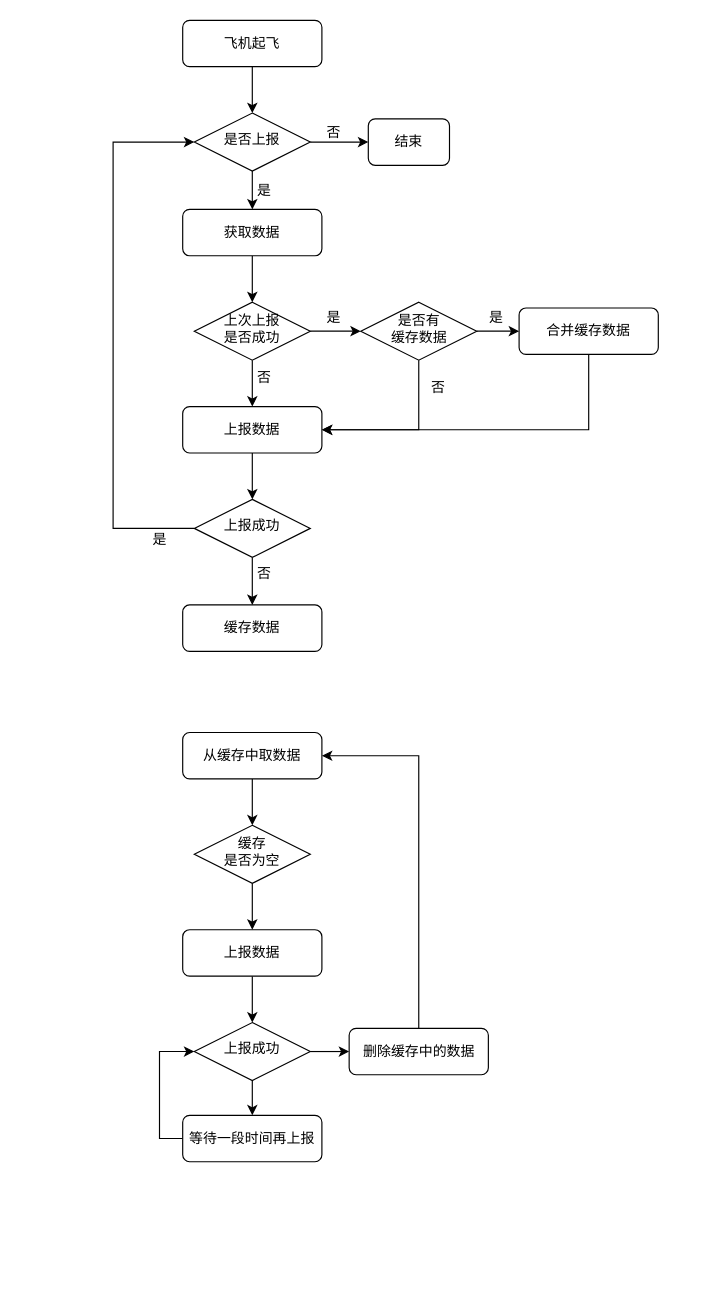
This is 动态数据报送.drawio from xubinlu/AndroidNDK, a draw.io file, before an edit. Source tidied: cells renumbered, new cells numbered last; positions are measured from the earlier drawing's top-left corner, leaving out a move shared by most shapes. Both pictures are drawn from the tidied source at 116%, with x=0, y=0 at pixel (113, 20).
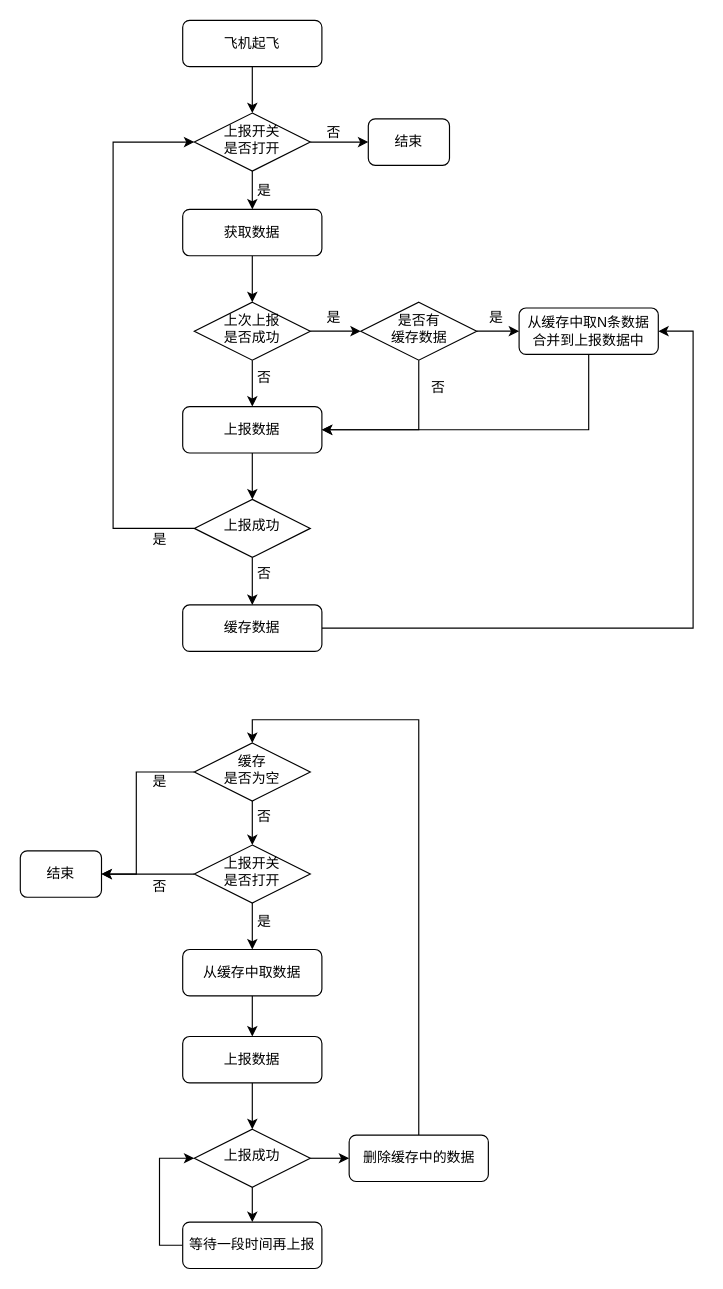
The same diagram, later.

Commit message:
更新动态数据报送.drawio

Unchanged cells that the change refers to:
```xml
<mxCell id="13" value="缓存数据" style="whiteSpace=wrap;html=1;rounded=1;glass=0;strokeWidth=1;shadow=0;" parent="1" vertex="1">
  <mxGeometry x="60" y="504" width="120" height="40" as="geometry" />
</mxCell>
```

The edit, as a diff of the source:
```diff
@@
-    <mxCell id="6" value="是否上报" style="rhombus;whiteSpace=wrap;html=1;shadow=0;fontFamily=Helvetica;fontSize=12;align=center;strokeWidth=1;spacing=6;spacingTop=-4;" parent="1" vertex="1">
+    <mxCell id="6" value="上报开关&lt;br&gt;是否打开" style="rhombus;whiteSpace=wrap;html=1;shadow=0;fontFamily=Helvetica;fontSize=12;align=center;strokeWidth=1;spacing=6;spacingTop=-4;" parent="1" vertex="1">
       <mxGeometry x="70" y="80" width="100" height="50" as="geometry" />
     </mxCell>
@@
+    <mxCell id="45" style="edgeStyle=orthogonalEdgeStyle;rounded=0;jettySize=auto;html=1;exitX=1;exitY=0.5;exitDx=0;exitDy=0;entryX=1;entryY=0.5;entryDx=0;entryDy=0;" parent="1" edge="1" source="13" target="18">
+      <mxGeometry relative="1" as="geometry">
+        <Array as="points">
+          <mxPoint x="500" y="524" />
+          <mxPoint x="500" y="268" />
+        </Array>
+      </mxGeometry>
+    </mxCell>
@@
-    <mxCell id="18" value="合并缓存数据" style="rounded=1;whiteSpace=wrap;html=1;fontSize=12;glass=0;strokeWidth=1;shadow=0;" parent="1" vertex="1">
+    <mxCell id="18" value="从缓存中取N条数据&lt;br&gt;合并到上报数据中" style="rounded=1;whiteSpace=wrap;html=1;fontSize=12;glass=0;strokeWidth=1;shadow=0;" parent="1" vertex="1">
       <mxGeometry x="350" y="248" width="120" height="40" as="geometry" />
     </mxCell>
@@
-    <mxCell id="32" style="edgeStyle=orthogonalEdgeStyle;rounded=0;jettySize=auto;html=1;exitX=0.5;exitY=1;exitDx=0;exitDy=0;entryX=0.5;entryY=0;entryDx=0;entryDy=0;" parent="1" edge="1" source="33" target="44">
-      <mxGeometry relative="1" as="geometry" />
-    </mxCell>
+    <mxCell id="46" style="edgeStyle=orthogonalEdgeStyle;rounded=0;jettySize=auto;html=1;exitX=0.5;exitY=1;exitDx=0;exitDy=0;entryX=0.5;entryY=0;entryDx=0;entryDy=0;" parent="1" edge="1" source="33" target="35">
+      <mxGeometry relative="1" as="geometry" />
+    </mxCell>
     <mxCell id="33" value="从缓存中取数据" style="whiteSpace=wrap;html=1;rounded=1;glass=0;strokeWidth=1;shadow=0;" parent="1" vertex="1">
-      <mxGeometry x="60" y="614" width="120" height="40" as="geometry" />
+      <mxGeometry x="60" y="801" width="120" height="40" as="geometry" />
     </mxCell>
@@
     <mxCell id="35" value="上报数据" style="whiteSpace=wrap;html=1;rounded=1;glass=0;strokeWidth=1;shadow=0;" parent="1" vertex="1">
-      <mxGeometry x="60" y="784" width="120" height="40" as="geometry" />
+      <mxGeometry x="60" y="876" width="120" height="40" as="geometry" />
     </mxCell>
@@
     <mxCell id="38" value="上报成功" style="rhombus;whiteSpace=wrap;html=1;shadow=0;fontFamily=Helvetica;fontSize=12;align=center;strokeWidth=1;spacing=6;spacingTop=-4;" parent="1" vertex="1">
-      <mxGeometry x="70" y="864" width="100" height="50" as="geometry" />
+      <mxGeometry x="70" y="956" width="100" height="50" as="geometry" />
     </mxCell>
@@
     <mxCell id="40" value="等待一段时间再上报" style="whiteSpace=wrap;html=1;rounded=1;glass=0;strokeWidth=1;shadow=0;" parent="1" vertex="1">
-      <mxGeometry x="60" y="944" width="120" height="40" as="geometry" />
+      <mxGeometry x="60" y="1036" width="120" height="40" as="geometry" />
     </mxCell>
-    <mxCell id="41" style="edgeStyle=orthogonalEdgeStyle;rounded=0;jettySize=auto;html=1;exitX=0.5;exitY=0;exitDx=0;exitDy=0;entryX=1;entryY=0.5;entryDx=0;entryDy=0;" parent="1" edge="1" source="42" target="33">
-      <mxGeometry relative="1" as="geometry" />
-    </mxCell>
+    <mxCell id="47" style="edgeStyle=orthogonalEdgeStyle;rounded=0;jettySize=auto;html=1;exitX=0.5;exitY=0;exitDx=0;exitDy=0;entryX=0.5;entryY=0;entryDx=0;entryDy=0;" parent="1" edge="1" source="42" target="52">
+      <mxGeometry relative="1" as="geometry" />
+    </mxCell>
     <mxCell id="42" value="删除缓存中的数据" style="whiteSpace=wrap;html=1;rounded=1;glass=0;strokeWidth=1;shadow=0;" parent="1" vertex="1">
-      <mxGeometry x="203.5" y="869" width="120" height="40" as="geometry" />
+      <mxGeometry x="203.5" y="961" width="120" height="40" as="geometry" />
     </mxCell>
-    <mxCell id="43" style="edgeStyle=orthogonalEdgeStyle;rounded=0;jettySize=auto;html=1;exitX=0.5;exitY=1;exitDx=0;exitDy=0;entryX=0.5;entryY=0;entryDx=0;entryDy=0;" parent="1" edge="1" source="44" target="35">
-      <mxGeometry relative="1" as="geometry" />
-    </mxCell>
+    <mxCell id="48" style="edgeStyle=orthogonalEdgeStyle;rounded=0;jettySize=auto;html=1;exitX=0.5;exitY=1;exitDx=0;exitDy=0;entryX=0.5;entryY=0;entryDx=0;entryDy=0;" parent="1" edge="1" source="44" target="33">
+      <mxGeometry relative="1" as="geometry" />
+    </mxCell>
+    <mxCell id="49" style="edgeStyle=orthogonalEdgeStyle;rounded=0;jettySize=auto;html=1;exitX=0;exitY=0.5;exitDx=0;exitDy=0;entryX=1;entryY=0.5;entryDx=0;entryDy=0;" parent="1" edge="1" source="44" target="53">
+      <mxGeometry relative="1" as="geometry" />
+    </mxCell>
-    <mxCell id="44" value="缓存&lt;br&gt;是否为空" style="rhombus;whiteSpace=wrap;html=1;shadow=0;fontFamily=Helvetica;fontSize=12;align=center;strokeWidth=1;spacing=6;spacingTop=-4;" parent="1" vertex="1">
-      <mxGeometry x="70" y="694" width="100" height="50" as="geometry" />
+    <mxCell id="44" value="上报开关&lt;br&gt;是否打开" style="rhombus;whiteSpace=wrap;html=1;shadow=0;fontFamily=Helvetica;fontSize=12;align=center;strokeWidth=1;spacing=6;spacingTop=-4;" parent="1" vertex="1">
+      <mxGeometry x="70" y="711" width="100" height="50" as="geometry" />
     </mxCell>
+    <mxCell id="50" style="edgeStyle=orthogonalEdgeStyle;rounded=0;jettySize=auto;html=1;exitX=0.5;exitY=1;exitDx=0;exitDy=0;entryX=0.5;entryY=0;entryDx=0;entryDy=0;" parent="1" edge="1" source="52" target="44">
+      <mxGeometry relative="1" as="geometry" />
+    </mxCell>
+    <mxCell id="51" style="edgeStyle=orthogonalEdgeStyle;rounded=0;jettySize=auto;html=1;exitX=0;exitY=0.5;exitDx=0;exitDy=0;entryX=1;entryY=0.5;entryDx=0;entryDy=0;" parent="1" edge="1" source="52" target="53">
+      <mxGeometry relative="1" as="geometry">
+        <Array as="points">
+          <mxPoint x="20" y="648" />
+          <mxPoint x="20" y="736" />
+        </Array>
+      </mxGeometry>
+    </mxCell>
+    <mxCell id="52" value="缓存&lt;br&gt;是否为空" style="rhombus;whiteSpace=wrap;html=1;shadow=0;fontFamily=Helvetica;fontSize=12;align=center;strokeWidth=1;spacing=6;spacingTop=-4;" parent="1" vertex="1">
+      <mxGeometry x="70" y="623" width="100" height="50" as="geometry" />
+    </mxCell>
+    <mxCell id="53" value="结束" style="whiteSpace=wrap;html=1;rounded=1;glass=0;strokeWidth=1;shadow=0;" parent="1" vertex="1">
+      <mxGeometry x="-80" y="716" width="70" height="40" as="geometry" />
+    </mxCell>
+    <mxCell id="54" value="否" style="text;html=1;align=center;verticalAlign=middle;strokeColor=none;fillColor=none;" parent="1" vertex="1">
+      <mxGeometry x="110" y="672" width="40" height="30" as="geometry" />
+    </mxCell>
+    <mxCell id="55" value="是" style="text;html=1;align=center;verticalAlign=middle;strokeColor=none;fillColor=none;" parent="1" vertex="1">
+      <mxGeometry x="110" y="762" width="40" height="30" as="geometry" />
+    </mxCell>
+    <mxCell id="56" value="是" style="text;html=1;align=center;verticalAlign=middle;strokeColor=none;fillColor=none;" parent="1" vertex="1">
+      <mxGeometry x="20" y="642" width="40" height="30" as="geometry" />
+    </mxCell>
+    <mxCell id="57" value="否" style="text;html=1;align=center;verticalAlign=middle;strokeColor=none;fillColor=none;" parent="1" vertex="1">
+      <mxGeometry x="20" y="732" width="40" height="30" as="geometry" />
+    </mxCell>
```
